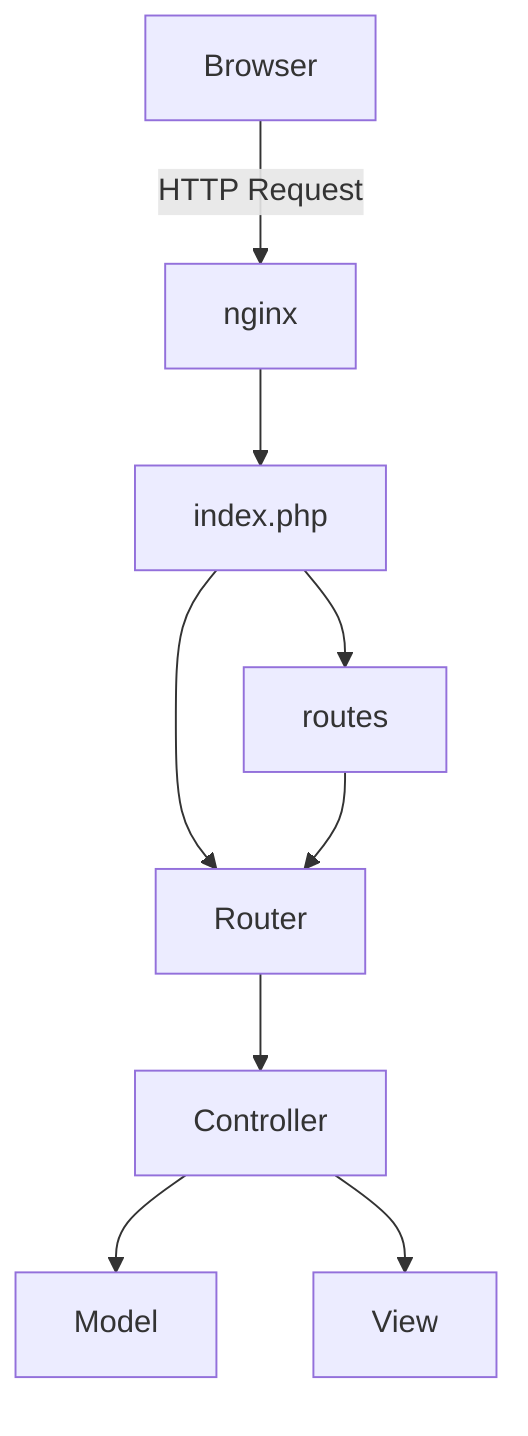
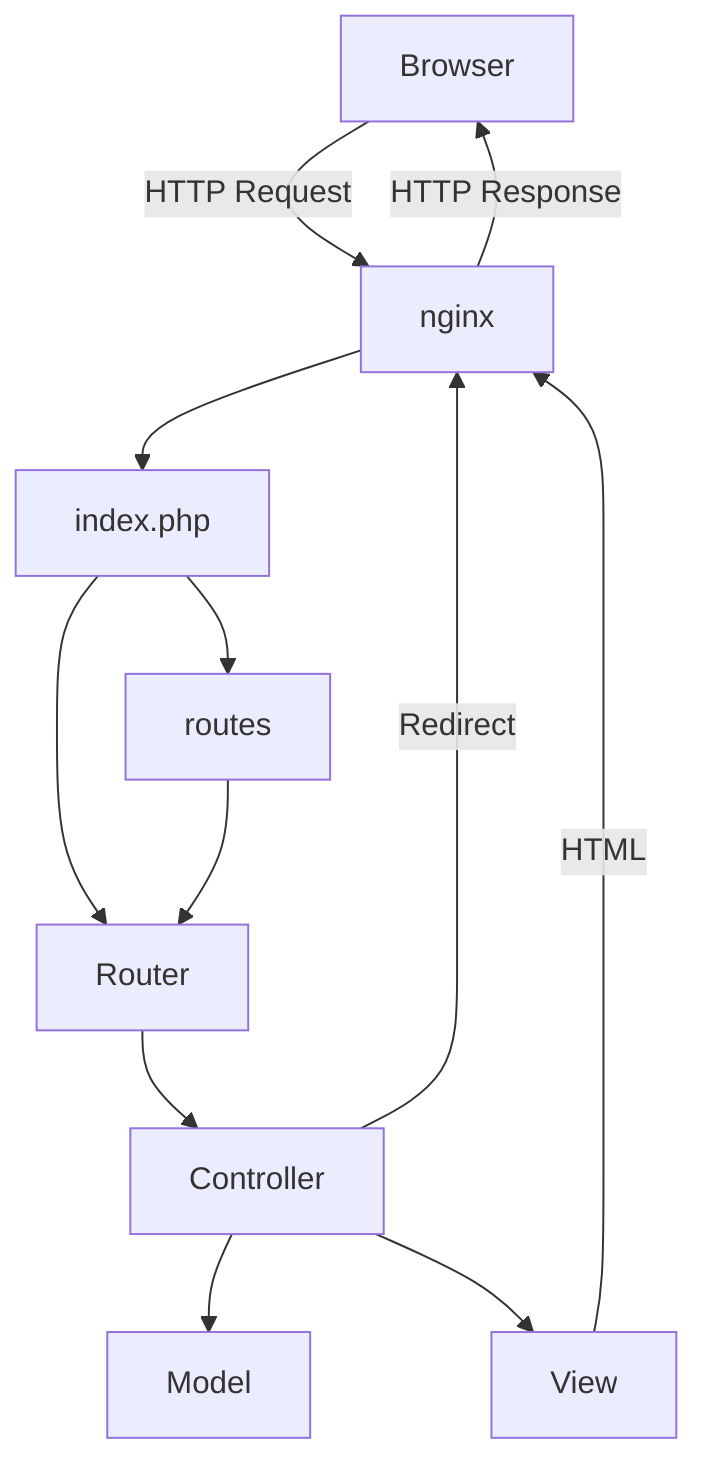
flowchart TD
    A[Browser] -->|HTTP Request| B[nginx]
    B --> C[index.php]
    C --> D[Router]
    C --> E[routes]
    E --> D
    D --> F[Controller]
    F --> G[Model]
-     F --> H[View]+     F --> H[View]
+     H -->|HTML| B
+     F -->|Redirect| B
+     B -->|HTTP Response| A